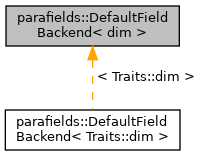
Earlier version of the Graphviz export a01004.png (parafields/parafields-core). Its source is kept beside it as a01004.dot. Its diagram source:
```dot
digraph "parafields::DefaultFieldBackend&lt; dim &gt;"
{
  edge [fontname="Helvetica",fontsize="10",labelfontname="Helvetica",labelfontsize="10"];
  node [fontname="Helvetica",fontsize="10",shape=record];
  Node1 [label="parafields::DefaultField\lBackend\< dim \>",height=0.2,width=0.4,color="black", fillcolor="grey75", style="filled", fontcolor="black",tooltip="Default field backend for dim > 1."];
  Node1 -> Node2 [dir="back",color="orange",fontsize="10",style="dashed",label=" \< Traits::dim \>" ,fontname="Helvetica"];
  Node2 [label="parafields::DefaultField\lBackend\< Traits::dim \>",height=0.2,width=0.4,color="black", fillcolor="white", style="filled",URL="$a01005.html",tooltip=" "];
}
```
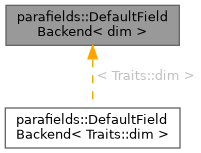
After the change.

The edit, as a diff of the source:
```diff
@@ -1,8 +1,9 @@
 digraph "parafields::DefaultFieldBackend&lt; dim &gt;"
 {
-  edge [fontname="Helvetica",fontsize="10",labelfontname="Helvetica",labelfontsize="10"];
-  node [fontname="Helvetica",fontsize="10",shape=record];
-  Node1 [label="parafields::DefaultField\lBackend\< dim \>",height=0.2,width=0.4,color="black", fillcolor="grey75", style="filled", fontcolor="black",tooltip="Default field backend for dim > 1."];
-  Node1 -> Node2 [dir="back",color="orange",fontsize="10",style="dashed",label=" \< Traits::dim \>" ,fontname="Helvetica"];
-  Node2 [label="parafields::DefaultField\lBackend\< Traits::dim \>",height=0.2,width=0.4,color="black", fillcolor="white", style="filled",URL="$a01005.html",tooltip=" "];
+  bgcolor="transparent";
+  edge [fontname=Helvetica,fontsize=10,labelfontname=Helvetica,labelfontsize=10];
+  node [fontname=Helvetica,fontsize=10,shape=box,height=0.2,width=0.4];
+  Node1 [id="Node000001",label="parafields::DefaultField\lBackend\< dim \>",height=0.2,width=0.4,color="gray40", fillcolor="grey60", style="filled", fontcolor="black",tooltip="Default field backend for dim > 1."];
+  Node1 -> Node2 [id="edge1_Node000001_Node000002",dir="back",color="orange",style="dashed",tooltip=" ",label=" \< Traits::dim \>",fontcolor="grey" ];
+  Node2 [id="Node000002",label="parafields::DefaultField\lBackend\< Traits::dim \>",height=0.2,width=0.4,color="gray40", fillcolor="white", style="filled",URL="$a01005.html",tooltip=" "];
 }
```
